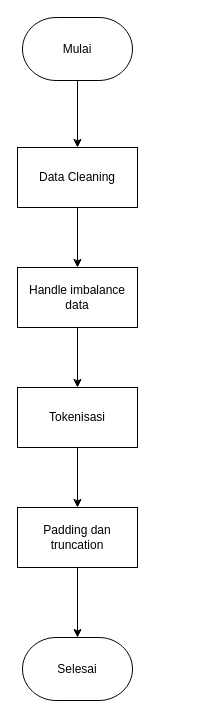
The draw.io diagram Metode.drawio in meisyareptiana/design_database, before the edit. Source tidied: cells renumbered, new cells numbered last; positions are measured from the earlier drawing's top-left corner, leaving out a move shared by most shapes. Both pictures are drawn from the tidied source at 100%, with x=0, y=0 at pixel (17, 17).
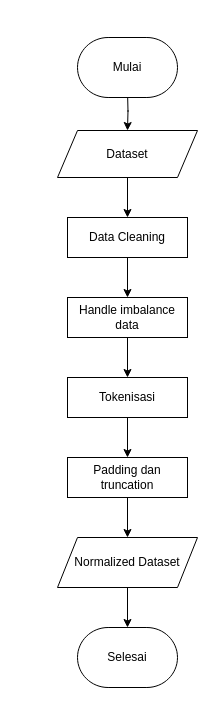
The same diagram, later.

Diff of the diagram source:
```diff
@@
 <mxGraphModel>
   <root>
     <mxCell id="0" />
     <mxCell id="1" parent="0" />
-    <mxCell id="2" style="edgeStyle=orthogonalEdgeStyle;rounded=0;jettySize=auto;html=1;" parent="1" edge="1" source="3" target="6">
-      <mxGeometry relative="1" as="geometry" />
-    </mxCell>
-    <mxCell id="3" value="Mulai" style="fixedSize=1;html=1;shape=mxgraph.flowchart.terminator;whiteSpace=wrap;" parent="1" vertex="1">
-      <mxGeometry x="5" width="110" height="63" as="geometry" />
-    </mxCell>
+    <mxCell id="13" style="edgeStyle=orthogonalEdgeStyle;rounded=0;orthogonalLoop=1;jettySize=auto;html=1;" parent="1" edge="1">
+      <mxGeometry relative="1" as="geometry">
+        <mxPoint x="110" y="73" as="sourcePoint" />
+        <mxPoint x="110" y="113" as="targetPoint" />
+      </mxGeometry>
+    </mxCell>
     <mxCell id="4" value="Selesai" style="fixedSize=1;html=1;shape=mxgraph.flowchart.terminator;whiteSpace=wrap;" parent="1" vertex="1">
-      <mxGeometry x="5" y="620" width="110" height="63" as="geometry" />
+      <mxGeometry x="60" y="610" width="100" height="60" as="geometry" />
     </mxCell>
-    <mxCell id="5" style="edgeStyle=orthogonalEdgeStyle;rounded=0;jettySize=auto;html=1;entryX=0.5;entryY=0;entryDx=0;entryDy=0;" parent="1" edge="1" source="6" target="8">
+    <mxCell id="5" style="edgeStyle=orthogonalEdgeStyle;rounded=0;jettySize=auto;html=1;" parent="1" edge="1" source="6" target="8">
       <mxGeometry relative="1" as="geometry" />
     </mxCell>
     <mxCell id="6" value="Data Cleaning" style="rounded=0;whiteSpace=wrap;html=1;" parent="1" vertex="1">
-      <mxGeometry y="130" width="120" height="60" as="geometry" />
+      <mxGeometry x="50" y="200" width="120" height="40" as="geometry" />
     </mxCell>
-    <mxCell id="7" style="edgeStyle=orthogonalEdgeStyle;rounded=0;jettySize=auto;html=1;entryX=0.5;entryY=0;entryDx=0;entryDy=0;" parent="1" edge="1" source="8" target="10">
+    <mxCell id="7" style="edgeStyle=orthogonalEdgeStyle;rounded=0;jettySize=auto;html=1;" parent="1" edge="1" source="8" target="10">
       <mxGeometry relative="1" as="geometry" />
     </mxCell>
     <mxCell id="8" value="Handle imbalance data" style="rounded=0;whiteSpace=wrap;html=1;" parent="1" vertex="1">
-      <mxGeometry y="250" width="120" height="60" as="geometry" />
+      <mxGeometry x="50" y="280" width="120" height="40" as="geometry" />
     </mxCell>
-    <mxCell id="9" style="edgeStyle=orthogonalEdgeStyle;rounded=0;jettySize=auto;html=1;entryX=0.5;entryY=0;entryDx=0;entryDy=0;" parent="1" edge="1" source="10" target="11">
+    <mxCell id="9" style="edgeStyle=orthogonalEdgeStyle;rounded=0;jettySize=auto;html=1;" parent="1" edge="1" source="10" target="11">
       <mxGeometry relative="1" as="geometry" />
     </mxCell>
     <mxCell id="10" value="Tokenisasi" style="rounded=0;whiteSpace=wrap;html=1;" parent="1" vertex="1">
-      <mxGeometry y="370" width="120" height="60" as="geometry" />
+      <mxGeometry x="50" y="360" width="120" height="40" as="geometry" />
     </mxCell>
+    <mxCell id="14" style="edgeStyle=orthogonalEdgeStyle;rounded=0;jettySize=auto;html=1;" parent="1" edge="1" source="11" target="17">
+      <mxGeometry relative="1" as="geometry" />
+    </mxCell>
     <mxCell id="11" value="Padding dan truncation" style="rounded=0;whiteSpace=wrap;html=1;" parent="1" vertex="1">
-      <mxGeometry y="490" width="120" height="60" as="geometry" />
+      <mxGeometry x="50" y="440" width="120" height="40" as="geometry" />
     </mxCell>
-    <mxCell id="12" style="edgeStyle=orthogonalEdgeStyle;rounded=0;jettySize=auto;html=1;entryX=0.5;entryY=0;entryDx=0;entryDy=0;entryPerimeter=0;" parent="1" edge="1" source="11" target="4">
-      <mxGeometry relative="1" as="geometry" />
-    </mxCell>
+    <mxCell id="15" style="edgeStyle=orthogonalEdgeStyle;rounded=0;jettySize=auto;html=1;entryX=0.5;entryY=0;entryDx=0;entryDy=0;" parent="1" edge="1" source="16" target="6">
+      <mxGeometry relative="1" as="geometry" />
+    </mxCell>
+    <mxCell id="16" value="Dataset" style="shape=parallelogram;perimeter=parallelogramPerimeter;whiteSpace=wrap;html=1;fixedSize=1;" parent="1" vertex="1">
+      <mxGeometry x="40" y="113" width="140" height="47" as="geometry" />
+    </mxCell>
+    <mxCell id="3" value="Mulai" style="fixedSize=1;html=1;shape=mxgraph.flowchart.terminator;whiteSpace=wrap;" parent="1" vertex="1">
+      <mxGeometry x="60" y="20" width="100" height="60" as="geometry" />
+    </mxCell>
+    <mxCell id="17" value="Normalized Dataset" style="shape=parallelogram;perimeter=parallelogramPerimeter;whiteSpace=wrap;html=1;fixedSize=1;" parent="1" vertex="1">
+      <mxGeometry x="40" y="520" width="140" height="50" as="geometry" />
+    </mxCell>
+    <mxCell id="18" style="edgeStyle=orthogonalEdgeStyle;rounded=0;jettySize=auto;html=1;entryX=0.5;entryY=0;entryDx=0;entryDy=0;entryPerimeter=0;" parent="1" edge="1" source="17" target="4">
+      <mxGeometry relative="1" as="geometry" />
+    </mxCell>
   </root>
 </mxGraphModel>
```
